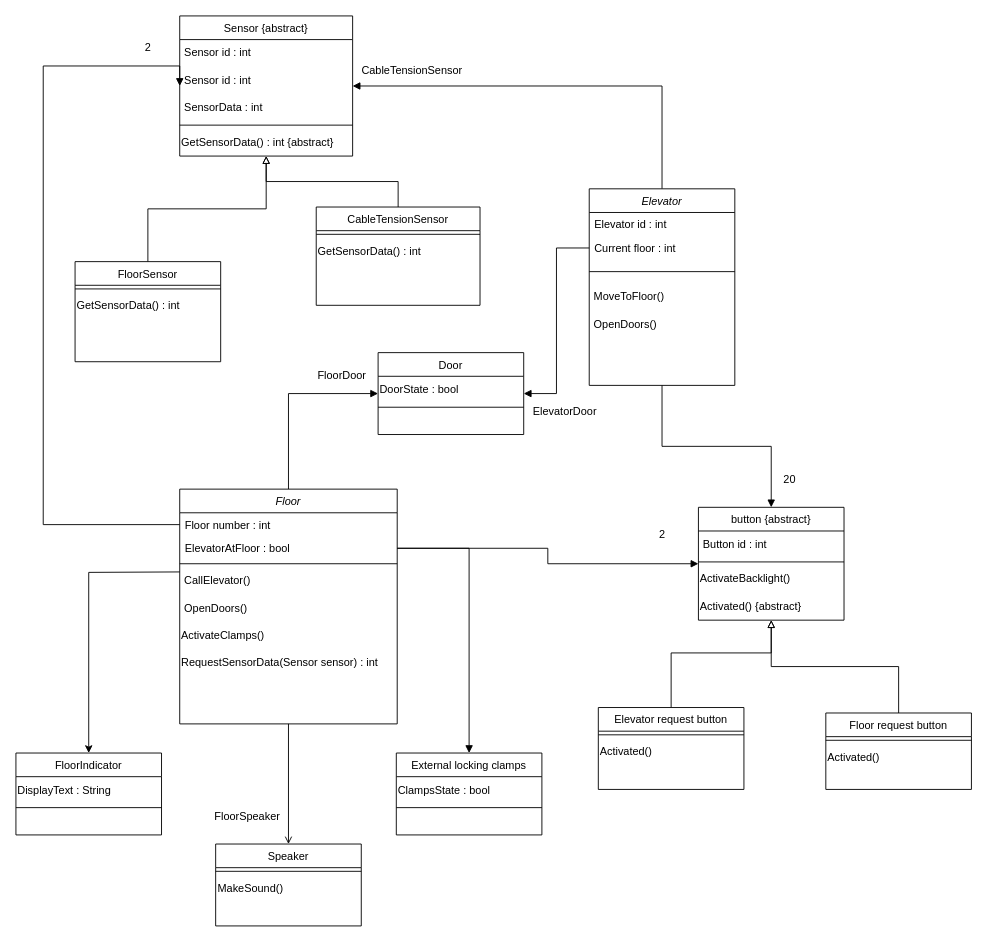
The draw.io diagram Sofware Design/Elevator Challenge/Klassendiagram elevator.drawio in TiemonS/Tiemon-Steeghs-Semester-3-Repository, before the edit. Source tidied: cells renumbered, new cells numbered last; positions are measured from the earlier drawing's top-left corner, leaving out a move shared by most shapes. Both pictures are drawn from the tidied source at 91%, with x=0, y=0 at pixel (15, 15).
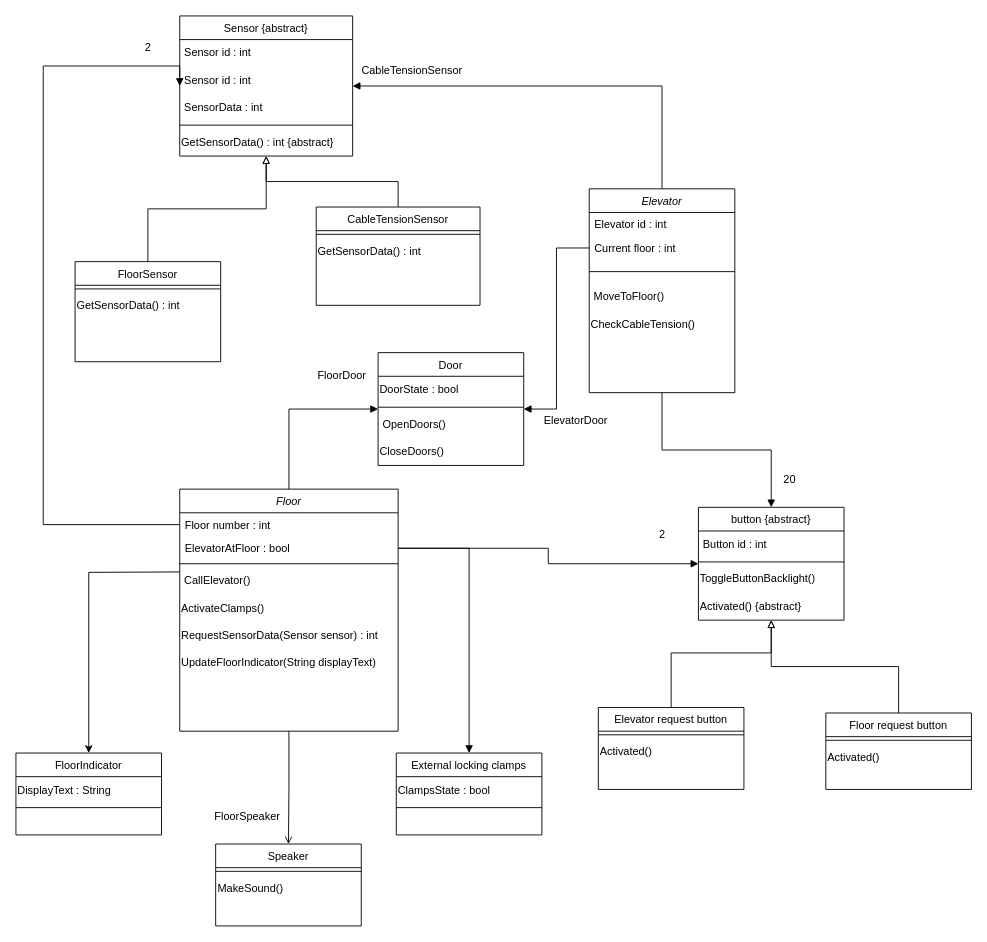
After the change.

Commit message (it also covers changes not shown here):
Elevator opdracht update

Unchanged cells that the change refers to:
```xml
<mxCell id="49" value="button {abstract}" style="swimlane;fontStyle=0;align=center;verticalAlign=top;horizontal=1;startSize=26;rounded=0;shadow=0;strokeWidth=1;" parent="1" vertex="1">
  <mxGeometry x="750" y="540" width="160" height="124" as="geometry" />
</mxCell>
```

The edit, as a diff of the source:
```diff
@@
     <mxCell id="4" value="Elevator" style="swimlane;fontStyle=2;align=center;verticalAlign=top;horizontal=1;startSize=26;rounded=0;shadow=0;strokeWidth=1;" parent="1" vertex="1">
-      <mxGeometry x="630" y="190" width="160" height="216" as="geometry" />
+      <mxGeometry x="630" y="190" width="160" height="224" as="geometry" />
     </mxCell>
@@
-    <mxCell id="9" value="&amp;nbsp;OpenDoors()" style="text;html=1;strokeColor=none;fillColor=none;align=left;verticalAlign=middle;whiteSpace=wrap;rounded=0;" parent="4" vertex="1">
-      <mxGeometry y="134" width="160" height="30" as="geometry" />
-    </mxCell>
+    <mxCell id="71" value="CheckCableTension()" style="text;html=1;align=left;verticalAlign=middle;strokeColor=none;fillColor=none;" parent="4" vertex="1">
+      <mxGeometry y="134" width="160" height="30" as="geometry" />
+    </mxCell>
     <mxCell id="10" value="Door" style="swimlane;fontStyle=0;align=center;verticalAlign=top;horizontal=1;startSize=26;rounded=0;shadow=0;strokeWidth=1;" parent="1" vertex="1">
-      <mxGeometry x="398" y="370" width="160" height="90" as="geometry" />
+      <mxGeometry x="398" y="370" width="160" height="124" as="geometry" />
     </mxCell>
@@
+    <mxCell id="9" value="&amp;nbsp;OpenDoors()" style="text;html=1;strokeColor=none;fillColor=none;align=left;verticalAlign=middle;whiteSpace=wrap;rounded=0;" parent="10" vertex="1">
+      <mxGeometry y="64" width="160" height="30" as="geometry" />
+    </mxCell>
+    <mxCell id="72" value="CloseDoors()" style="text;html=1;align=left;verticalAlign=middle;strokeColor=none;fillColor=none;" parent="10" vertex="1">
+      <mxGeometry y="94" width="160" height="30" as="geometry" />
+    </mxCell>
@@
     <mxCell id="23" value="Floor" style="swimlane;fontStyle=2;align=center;verticalAlign=top;horizontal=1;startSize=26;rounded=0;shadow=0;strokeWidth=1;" parent="1" vertex="1">
-      <mxGeometry x="180" y="520" width="239" height="258" as="geometry" />
+      <mxGeometry x="180" y="520" width="240" height="266" as="geometry" />
     </mxCell>
     <mxCell id="24" value="Floor number : int" style="text;align=left;verticalAlign=top;spacingLeft=4;spacingRight=4;overflow=hidden;points=[[0,0.5],[1,0.5]];portConstraint=eastwest;" parent="23" vertex="1">
-      <mxGeometry y="26" width="239" height="26" as="geometry" />
+      <mxGeometry y="26" width="240" height="26" as="geometry" />
     </mxCell>
     <mxCell id="25" value="ElevatorAtFloor : bool" style="text;align=left;verticalAlign=top;spacingLeft=4;spacingRight=4;overflow=hidden;points=[[0,0.5],[1,0.5]];portConstraint=eastwest;" parent="23" vertex="1">
-      <mxGeometry y="52" width="239" height="26" as="geometry" />
+      <mxGeometry y="52" width="240" height="26" as="geometry" />
     </mxCell>
     <mxCell id="26" style="line;html=1;strokeWidth=1;align=left;verticalAlign=middle;spacingTop=-1;spacingLeft=3;spacingRight=3;labelPosition=right;" parent="23" vertex="1">
-      <mxGeometry y="78" width="239" height="8" as="geometry" />
+      <mxGeometry y="78" width="240" height="8" as="geometry" />
     </mxCell>
     <mxCell id="27" value="&amp;nbsp;CallElevator()" style="text;html=1;strokeColor=none;fillColor=none;align=left;verticalAlign=middle;whiteSpace=wrap;rounded=0;" parent="23" vertex="1">
-      <mxGeometry y="86" width="239" height="30" as="geometry" />
+      <mxGeometry y="86" width="240" height="30" as="geometry" />
     </mxCell>
-    <mxCell id="28" value="&amp;nbsp;OpenDoors()" style="text;html=1;strokeColor=none;fillColor=none;align=left;verticalAlign=middle;whiteSpace=wrap;rounded=0;" parent="23" vertex="1">
-      <mxGeometry y="116" width="239" height="30" as="geometry" />
-    </mxCell>
     <mxCell id="29" value="ActivateClamps()" style="text;html=1;align=left;verticalAlign=middle;strokeColor=none;fillColor=none;" parent="23" vertex="1">
-      <mxGeometry y="146" width="239" height="30" as="geometry" />
+      <mxGeometry y="116" width="240" height="30" as="geometry" />
     </mxCell>
     <mxCell id="30" value="RequestSensorData(Sensor sensor) : int" style="text;html=1;align=left;verticalAlign=middle;strokeColor=none;fillColor=none;" parent="23" vertex="1">
-      <mxGeometry y="176" width="239" height="30" as="geometry" />
+      <mxGeometry y="146" width="240" height="30" as="geometry" />
     </mxCell>
+    <mxCell id="73" value="UpdateFloorIndicator(String displayText)" style="text;html=1;align=left;verticalAlign=middle;strokeColor=none;fillColor=none;" parent="23" vertex="1">
+      <mxGeometry y="176" width="240" height="30" as="geometry" />
+    </mxCell>
@@
-    <mxCell id="52" value="ActivateBacklight()" style="text;html=1;align=left;verticalAlign=middle;strokeColor=none;fillColor=none;" parent="49" vertex="1">
+    <mxCell id="52" value="ToggleButtonBacklight()" style="text;html=1;align=left;verticalAlign=middle;strokeColor=none;fillColor=none;" parent="49" vertex="1">
       <mxGeometry y="64" width="160" height="30" as="geometry" />
     </mxCell>
@@
     <mxCell id="67" value="ElevatorDoor" style="text;html=1;align=center;verticalAlign=middle;strokeColor=none;fillColor=none;" parent="1" vertex="1">
-      <mxGeometry x="558" y="420" width="90" height="30" as="geometry" />
+      <mxGeometry x="570" y="430" width="90" height="30" as="geometry" />
     </mxCell>
```
